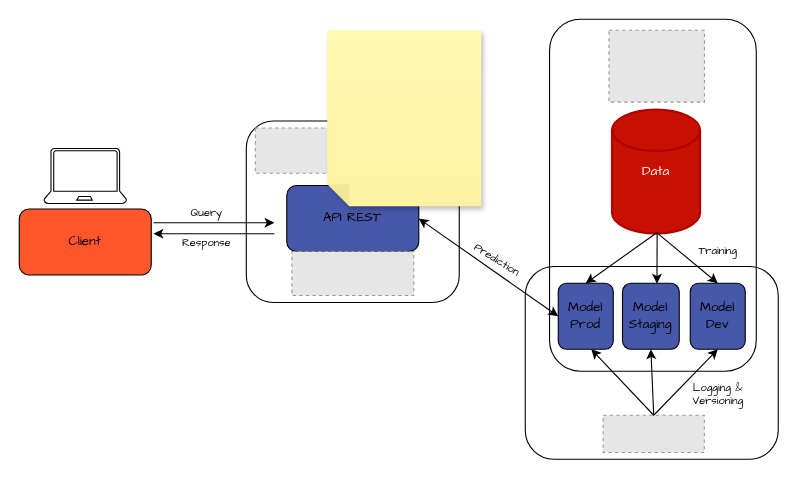
Before: img/drawio/api-with-mlflow.drawio in open-teaching-lab/slides-phas-abidjan, a draw.io diagram. Source tidied: cells renumbered, new cells numbered last; positions are measured from the earlier drawing's top-left corner, leaving out a move shared by most shapes. Both pictures are drawn from the tidied source at 110%, with x=0, y=0 at pixel (19, 19). Pictures stored in the file or linked from it are replaced by grey dashed boxes.
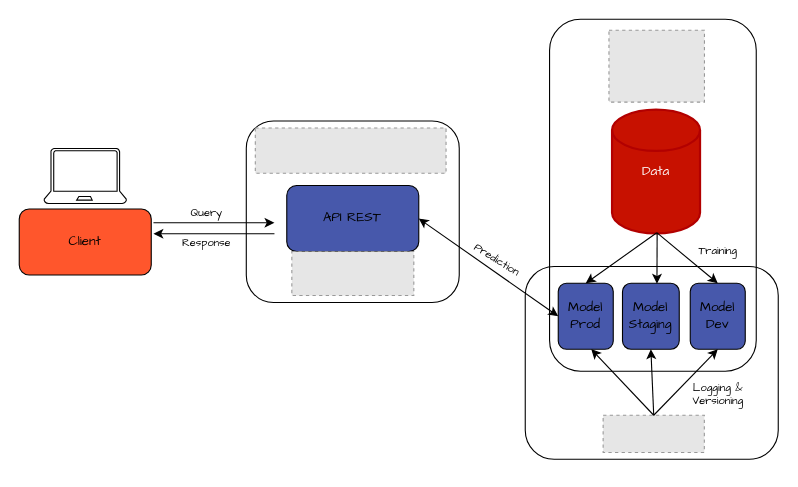
The same page after the edit.

Diff of the diagram source:
```diff
@@
-    <mxCell id="31" style="shape=note;whiteSpace=wrap;html=1;backgroundOutline=1;fontColor=#000000;darkOpacity=0.05;fillColor=#FFF9B2;strokeColor=none;fillStyle=solid;direction=west;gradientDirection=north;gradientColor=#FFF2A1;shadow=1;size=20;" parent="1" vertex="1">
-      <mxGeometry x="280" y="10" width="140" height="160" as="geometry" />
-    </mxCell>
```
